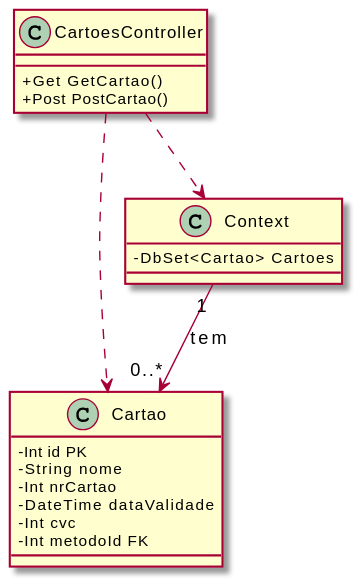
Before: Documentos/Sprint3/Design OO/CD-Cartao.svg, a diagram exported from PlantUML (UPskillDOTNET/Jakim-das-Coives-S.A.). The source it was exported from:
```plantuml
@startuml
skinparam classAttributeIconSize 0

class CartoesController {
  +Get GetCartao()
  +Post PostCartao()
}

class Cartao {
  -Int id PK
  -String nome
  -Int nrCartao
  -DateTime dataValidade
  -Int cvc
  -Int metodoId FK
}

class Context {
  -DbSet<Cartao> Cartoes
}

CartoesController ..> Cartao
CartoesController ..> Context
Context "1" --> "0..*" Cartao: tem
@enduml
```
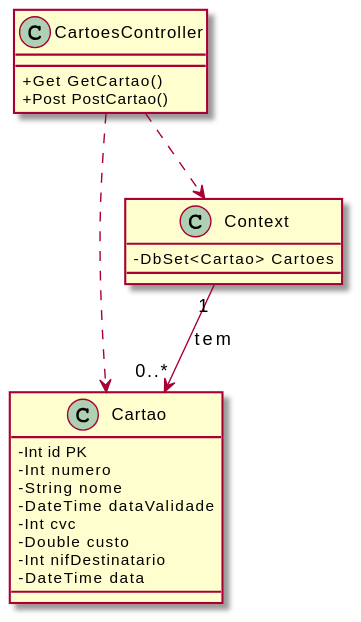
Later version of the same file.

What changed in the source:
```diff
@@ -8,11 +8,13 @@
 
 class Cartao {
   -Int id PK
+  -Int numero
   -String nome
-  -Int nrCartao
   -DateTime dataValidade
   -Int cvc
-  -Int metodoId FK
+  -Double custo
+  -Int nifDestinatario
+  -DateTime data
 }
 
 class Context {
```
